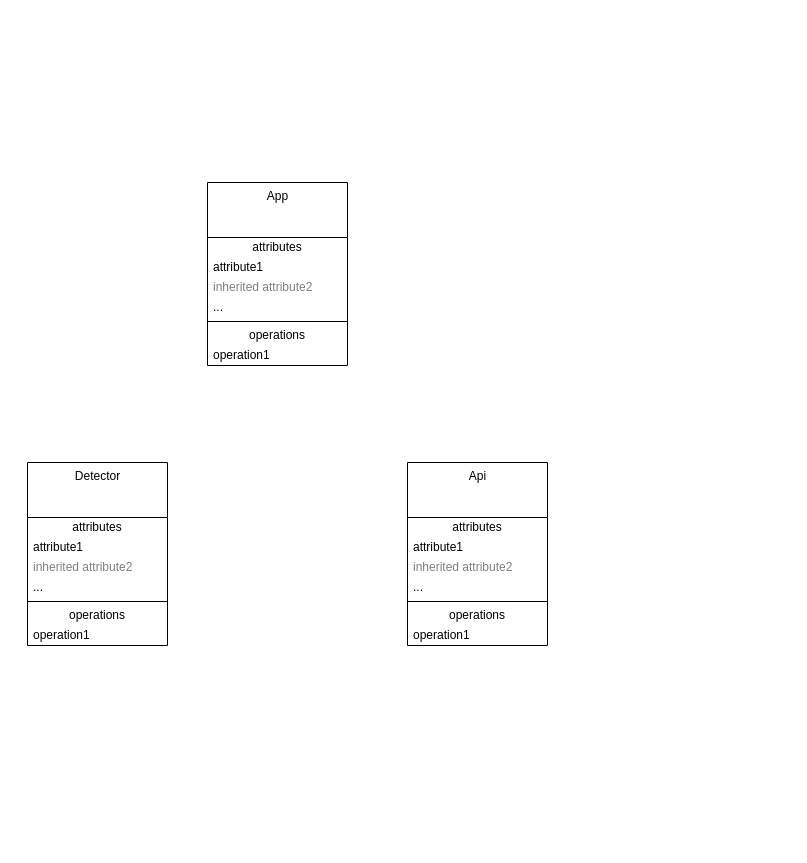
Facundo-Guarnier/Tesis-Implementacion keeps this draw.io diagram as clases.drawio. Above is the earlier version. Source tidied: cells renumbered, new cells numbered last; positions are measured from the earlier drawing's top-left corner, leaving out a move shared by most shapes. Both pictures are drawn from the tidied source at 100%, with x=0, y=0 at pixel (27, 182).
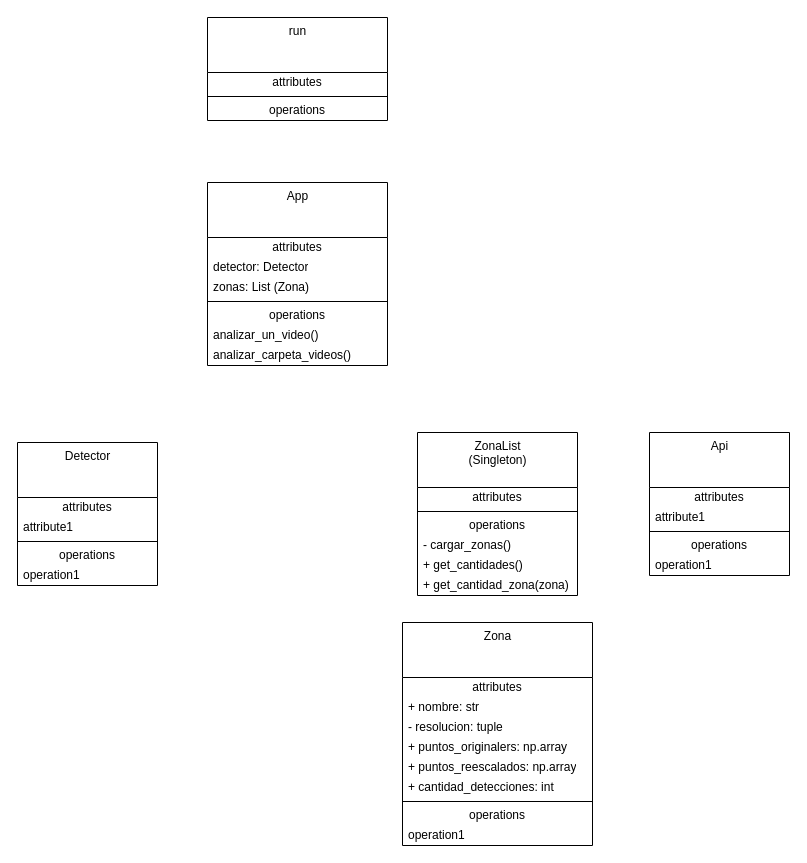
After the change.

The edit, as a diff of the source:
```diff
@@
     <mxCell id="2" value="App&lt;br&gt;" style="swimlane;fontStyle=0;align=center;verticalAlign=top;horizontal=1;startSize=55;html=1;" parent="1" vertex="1">
-      <mxGeometry x="180" width="140" height="183" as="geometry" />
+      <mxGeometry x="180" width="180" height="183" as="geometry" />
     </mxCell>
     <mxCell id="3" value="attributes" style="text;html=1;strokeColor=none;fillColor=none;align=center;verticalAlign=middle;spacingLeft=4;spacingRight=4;overflow=hidden;" parent="2" vertex="1">
-      <mxGeometry y="55" width="140" height="20" as="geometry" />
+      <mxGeometry y="55" width="180" height="20" as="geometry" />
     </mxCell>
+    <mxCell id="26" value="detector: Detector" style="text;html=1;strokeColor=none;fillColor=none;align=left;verticalAlign=middle;spacingLeft=4;spacingRight=4;overflow=hidden;" parent="2" vertex="1">
+      <mxGeometry y="75" width="180" height="20" as="geometry" />
+    </mxCell>
-    <mxCell id="4" value="attribute1" style="text;html=1;strokeColor=none;fillColor=none;align=left;verticalAlign=middle;spacingLeft=4;spacingRight=4;overflow=hidden;" parent="2" vertex="1">
-      <mxGeometry y="75" width="140" height="20" as="geometry" />
+    <mxCell id="4" value="zonas: List (Zona)" style="text;html=1;strokeColor=none;fillColor=none;align=left;verticalAlign=middle;spacingLeft=4;spacingRight=4;overflow=hidden;" parent="2" vertex="1">
+      <mxGeometry y="95" width="180" height="20" as="geometry" />
     </mxCell>
-    <mxCell id="5" value="inherited attribute2" style="text;html=1;strokeColor=none;fillColor=none;align=left;verticalAlign=middle;spacingLeft=4;spacingRight=4;overflow=hidden;fontColor=#808080;" parent="2" vertex="1">
-      <mxGeometry y="95" width="140" height="20" as="geometry" />
-    </mxCell>
-    <mxCell id="6" value="..." style="text;html=1;strokeColor=none;fillColor=none;align=left;verticalAlign=middle;spacingLeft=4;spacingRight=4;overflow=hidden;" parent="2" vertex="1">
-      <mxGeometry y="115" width="140" height="20" as="geometry" />
-    </mxCell>
     <mxCell id="7" style="line;strokeWidth=1;fillColor=none;align=left;verticalAlign=middle;spacingTop=-1;spacingLeft=3;spacingRight=3;labelPosition=right;" parent="2" vertex="1">
-      <mxGeometry y="135" width="140" height="8" as="geometry" />
+      <mxGeometry y="115" width="180" height="8" as="geometry" />
     </mxCell>
     <mxCell id="8" value="operations" style="text;html=1;strokeColor=none;fillColor=none;align=center;verticalAlign=middle;spacingLeft=4;spacingRight=4;overflow=hidden;" parent="2" vertex="1">
-      <mxGeometry y="143" width="140" height="20" as="geometry" />
+      <mxGeometry y="123" width="180" height="20" as="geometry" />
     </mxCell>
-    <mxCell id="9" value="operation1" style="text;html=1;strokeColor=none;fillColor=none;align=left;verticalAlign=middle;spacingLeft=4;spacingRight=4;overflow=hidden;" parent="2" vertex="1">
-      <mxGeometry y="163" width="140" height="20" as="geometry" />
+    <mxCell id="9" value="analizar_un_video()" style="text;html=1;strokeColor=none;fillColor=none;align=left;verticalAlign=middle;spacingLeft=4;spacingRight=4;overflow=hidden;" parent="2" vertex="1">
+      <mxGeometry y="143" width="180" height="20" as="geometry" />
     </mxCell>
+    <mxCell id="27" value="analizar_carpeta_videos()" style="text;html=1;strokeColor=none;fillColor=none;align=left;verticalAlign=middle;spacingLeft=4;spacingRight=4;overflow=hidden;" parent="2" vertex="1">
+      <mxGeometry y="163" width="180" height="20" as="geometry" />
+    </mxCell>
     <mxCell id="10" value="Detector" style="swimlane;fontStyle=0;align=center;verticalAlign=top;horizontal=1;startSize=55;html=1;" parent="1" vertex="1">
-      <mxGeometry y="280" width="140" height="183" as="geometry" />
+      <mxGeometry x="-10" y="260" width="140" height="143" as="geometry" />
     </mxCell>
@@
-    <mxCell id="13" value="inherited attribute2" style="text;html=1;strokeColor=none;fillColor=none;align=left;verticalAlign=middle;spacingLeft=4;spacingRight=4;overflow=hidden;fontColor=#808080;" parent="10" vertex="1">
-      <mxGeometry y="95" width="140" height="20" as="geometry" />
-    </mxCell>
-    <mxCell id="14" value="..." style="text;html=1;strokeColor=none;fillColor=none;align=left;verticalAlign=middle;spacingLeft=4;spacingRight=4;overflow=hidden;" parent="10" vertex="1">
-      <mxGeometry y="115" width="140" height="20" as="geometry" />
-    </mxCell>
     <mxCell id="15" style="line;strokeWidth=1;fillColor=none;align=left;verticalAlign=middle;spacingTop=-1;spacingLeft=3;spacingRight=3;labelPosition=right;" parent="10" vertex="1">
-      <mxGeometry y="135" width="140" height="8" as="geometry" />
+      <mxGeometry y="95" width="140" height="8" as="geometry" />
     </mxCell>
     <mxCell id="16" value="operations" style="text;html=1;strokeColor=none;fillColor=none;align=center;verticalAlign=middle;spacingLeft=4;spacingRight=4;overflow=hidden;" parent="10" vertex="1">
-      <mxGeometry y="143" width="140" height="20" as="geometry" />
+      <mxGeometry y="103" width="140" height="20" as="geometry" />
     </mxCell>
     <mxCell id="17" value="operation1" style="text;html=1;strokeColor=none;fillColor=none;align=left;verticalAlign=middle;spacingLeft=4;spacingRight=4;overflow=hidden;" parent="10" vertex="1">
-      <mxGeometry y="163" width="140" height="20" as="geometry" />
+      <mxGeometry y="123" width="140" height="20" as="geometry" />
     </mxCell>
     <mxCell id="18" value="Api&lt;br&gt;" style="swimlane;fontStyle=0;align=center;verticalAlign=top;horizontal=1;startSize=55;html=1;" parent="1" vertex="1">
-      <mxGeometry x="380" y="280" width="140" height="183" as="geometry" />
+      <mxGeometry x="622" y="250" width="140" height="143" as="geometry" />
     </mxCell>
@@
-    <mxCell id="21" value="inherited attribute2" style="text;html=1;strokeColor=none;fillColor=none;align=left;verticalAlign=middle;spacingLeft=4;spacingRight=4;overflow=hidden;fontColor=#808080;" parent="18" vertex="1">
-      <mxGeometry y="95" width="140" height="20" as="geometry" />
-    </mxCell>
-    <mxCell id="22" value="..." style="text;html=1;strokeColor=none;fillColor=none;align=left;verticalAlign=middle;spacingLeft=4;spacingRight=4;overflow=hidden;" parent="18" vertex="1">
-      <mxGeometry y="115" width="140" height="20" as="geometry" />
-    </mxCell>
     <mxCell id="23" style="line;strokeWidth=1;fillColor=none;align=left;verticalAlign=middle;spacingTop=-1;spacingLeft=3;spacingRight=3;labelPosition=right;" parent="18" vertex="1">
-      <mxGeometry y="135" width="140" height="8" as="geometry" />
+      <mxGeometry y="95" width="140" height="8" as="geometry" />
     </mxCell>
     <mxCell id="24" value="operations" style="text;html=1;strokeColor=none;fillColor=none;align=center;verticalAlign=middle;spacingLeft=4;spacingRight=4;overflow=hidden;" parent="18" vertex="1">
-      <mxGeometry y="143" width="140" height="20" as="geometry" />
+      <mxGeometry y="103" width="140" height="20" as="geometry" />
     </mxCell>
     <mxCell id="25" value="operation1" style="text;html=1;strokeColor=none;fillColor=none;align=left;verticalAlign=middle;spacingLeft=4;spacingRight=4;overflow=hidden;" parent="18" vertex="1">
-      <mxGeometry y="163" width="140" height="20" as="geometry" />
+      <mxGeometry y="123" width="140" height="20" as="geometry" />
     </mxCell>
+    <mxCell id="28" value="Zona" style="swimlane;fontStyle=0;align=center;verticalAlign=top;horizontal=1;startSize=55;html=1;" parent="1" vertex="1">
+      <mxGeometry x="375" y="440" width="190" height="223" as="geometry" />
+    </mxCell>
+    <mxCell id="29" value="attributes" style="text;html=1;strokeColor=none;fillColor=none;align=center;verticalAlign=middle;spacingLeft=4;spacingRight=4;overflow=hidden;" parent="28" vertex="1">
+      <mxGeometry y="55" width="190" height="20" as="geometry" />
+    </mxCell>
+    <mxCell id="30" value="+ nombre: str" style="text;html=1;strokeColor=none;fillColor=none;align=left;verticalAlign=middle;spacingLeft=4;spacingRight=4;overflow=hidden;" parent="28" vertex="1">
+      <mxGeometry y="75" width="190" height="20" as="geometry" />
+    </mxCell>
+    <mxCell id="31" value="- resolucion: tuple" style="text;html=1;strokeColor=none;fillColor=none;align=left;verticalAlign=middle;spacingLeft=4;spacingRight=4;overflow=hidden;" parent="28" vertex="1">
+      <mxGeometry y="95" width="190" height="20" as="geometry" />
+    </mxCell>
+    <mxCell id="32" value="+ puntos_originalers: np.array&lt;br&gt;" style="text;html=1;strokeColor=none;fillColor=none;align=left;verticalAlign=middle;spacingLeft=4;spacingRight=4;overflow=hidden;" parent="28" vertex="1">
+      <mxGeometry y="115" width="190" height="20" as="geometry" />
+    </mxCell>
+    <mxCell id="33" value="+ puntos_reescalados: np.array" style="text;html=1;strokeColor=none;fillColor=none;align=left;verticalAlign=middle;spacingLeft=4;spacingRight=4;overflow=hidden;" parent="28" vertex="1">
+      <mxGeometry y="135" width="190" height="20" as="geometry" />
+    </mxCell>
+    <mxCell id="34" value="+ cantidad_detecciones: int" style="text;html=1;strokeColor=none;fillColor=none;align=left;verticalAlign=middle;spacingLeft=4;spacingRight=4;overflow=hidden;" parent="28" vertex="1">
+      <mxGeometry y="155" width="190" height="20" as="geometry" />
+    </mxCell>
+    <mxCell id="35" style="line;strokeWidth=1;fillColor=none;align=left;verticalAlign=middle;spacingTop=-1;spacingLeft=3;spacingRight=3;labelPosition=right;" parent="28" vertex="1">
+      <mxGeometry y="175" width="190" height="8" as="geometry" />
+    </mxCell>
+    <mxCell id="36" value="operations" style="text;html=1;strokeColor=none;fillColor=none;align=center;verticalAlign=middle;spacingLeft=4;spacingRight=4;overflow=hidden;" parent="28" vertex="1">
+      <mxGeometry y="183" width="190" height="20" as="geometry" />
+    </mxCell>
+    <mxCell id="37" value="operation1" style="text;html=1;strokeColor=none;fillColor=none;align=left;verticalAlign=middle;spacingLeft=4;spacingRight=4;overflow=hidden;" parent="28" vertex="1">
+      <mxGeometry y="203" width="190" height="20" as="geometry" />
+    </mxCell>
+    <mxCell id="38" value="run" style="swimlane;fontStyle=0;align=center;verticalAlign=top;horizontal=1;startSize=55;html=1;" parent="1" vertex="1">
+      <mxGeometry x="180" y="-165" width="180" height="103" as="geometry" />
+    </mxCell>
+    <mxCell id="39" value="attributes" style="text;html=1;strokeColor=none;fillColor=none;align=center;verticalAlign=middle;spacingLeft=4;spacingRight=4;overflow=hidden;" parent="38" vertex="1">
+      <mxGeometry y="55" width="180" height="20" as="geometry" />
+    </mxCell>
+    <mxCell id="40" style="line;strokeWidth=1;fillColor=none;align=left;verticalAlign=middle;spacingTop=-1;spacingLeft=3;spacingRight=3;labelPosition=right;" parent="38" vertex="1">
+      <mxGeometry y="75" width="180" height="8" as="geometry" />
+    </mxCell>
+    <mxCell id="41" value="operations" style="text;html=1;strokeColor=none;fillColor=none;align=center;verticalAlign=middle;spacingLeft=4;spacingRight=4;overflow=hidden;" parent="38" vertex="1">
+      <mxGeometry y="83" width="180" height="20" as="geometry" />
+    </mxCell>
+    <mxCell id="42" value="ZonaList&lt;br&gt;(Singleton)" style="swimlane;fontStyle=0;align=center;verticalAlign=top;horizontal=1;startSize=55;html=1;" parent="1" vertex="1">
+      <mxGeometry x="390" y="250" width="160" height="163" as="geometry" />
+    </mxCell>
+    <mxCell id="43" value="attributes" style="text;html=1;strokeColor=none;fillColor=none;align=center;verticalAlign=middle;spacingLeft=4;spacingRight=4;overflow=hidden;" parent="42" vertex="1">
+      <mxGeometry y="55" width="160" height="20" as="geometry" />
+    </mxCell>
+    <mxCell id="44" style="line;strokeWidth=1;fillColor=none;align=left;verticalAlign=middle;spacingTop=-1;spacingLeft=3;spacingRight=3;labelPosition=right;" parent="42" vertex="1">
+      <mxGeometry y="75" width="160" height="8" as="geometry" />
+    </mxCell>
+    <mxCell id="45" value="operations" style="text;html=1;strokeColor=none;fillColor=none;align=center;verticalAlign=middle;spacingLeft=4;spacingRight=4;overflow=hidden;" parent="42" vertex="1">
+      <mxGeometry y="83" width="160" height="20" as="geometry" />
+    </mxCell>
+    <mxCell id="46" value="- cargar_zonas()&lt;br&gt;" style="text;html=1;strokeColor=none;fillColor=none;align=left;verticalAlign=middle;spacingLeft=4;spacingRight=4;overflow=hidden;" parent="42" vertex="1">
+      <mxGeometry y="103" width="160" height="20" as="geometry" />
+    </mxCell>
+    <mxCell id="47" value="+ get_cantidades()" style="text;html=1;strokeColor=none;fillColor=none;align=left;verticalAlign=middle;spacingLeft=4;spacingRight=4;overflow=hidden;" parent="42" vertex="1">
+      <mxGeometry y="123" width="160" height="20" as="geometry" />
+    </mxCell>
+    <mxCell id="48" value="+ get_cantidad_zona(zona)" style="text;html=1;strokeColor=none;fillColor=none;align=left;verticalAlign=middle;spacingLeft=4;spacingRight=4;overflow=hidden;" parent="42" vertex="1">
+      <mxGeometry y="143" width="160" height="20" as="geometry" />
+    </mxCell>
```
